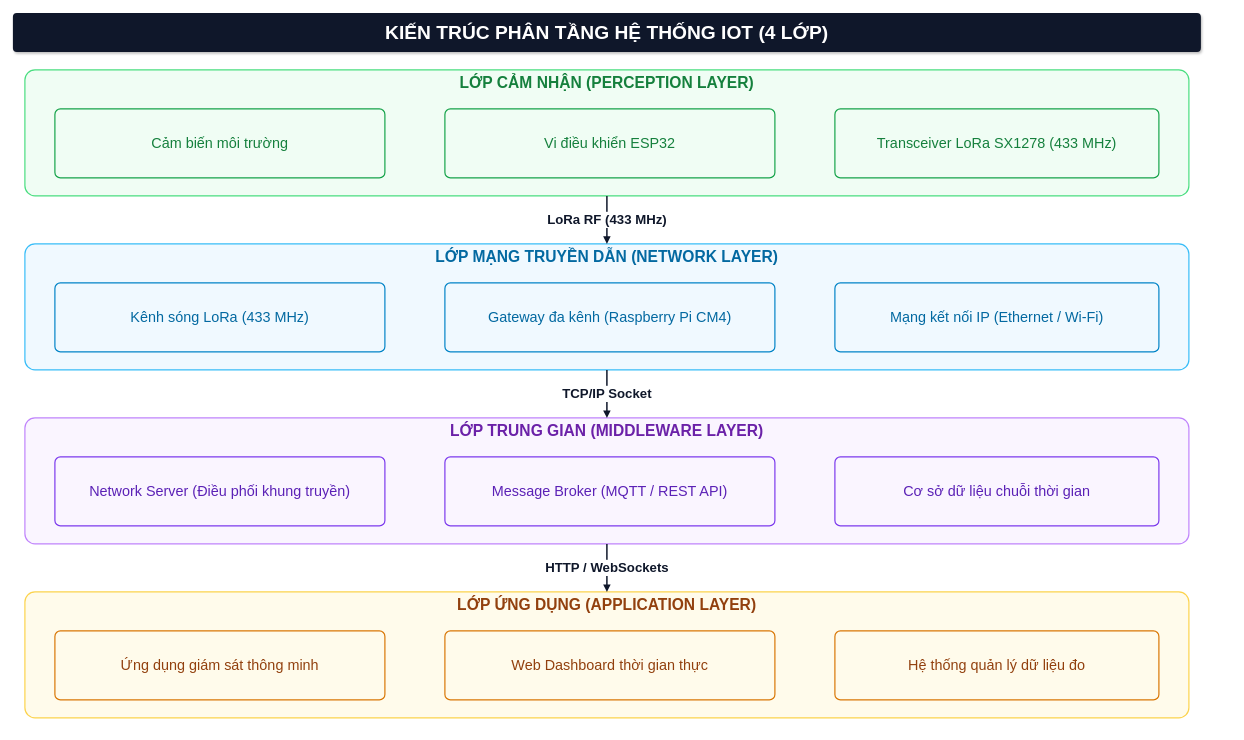
Earlier version of the draw.io diagram page "01_kien_truc_iot_4_lop" (1 of 13) of docs/figs/full_project_diagrams.drawio (Brauuwu/LoRa_TinyML_Hopping). Source tidied: cells renumbered, new cells numbered last; positions are measured from the earlier drawing's top-left corner, leaving out a move shared by most shapes. Both pictures are drawn from the tidied source at 60%, with x=0, y=0 at pixel (13, 13).
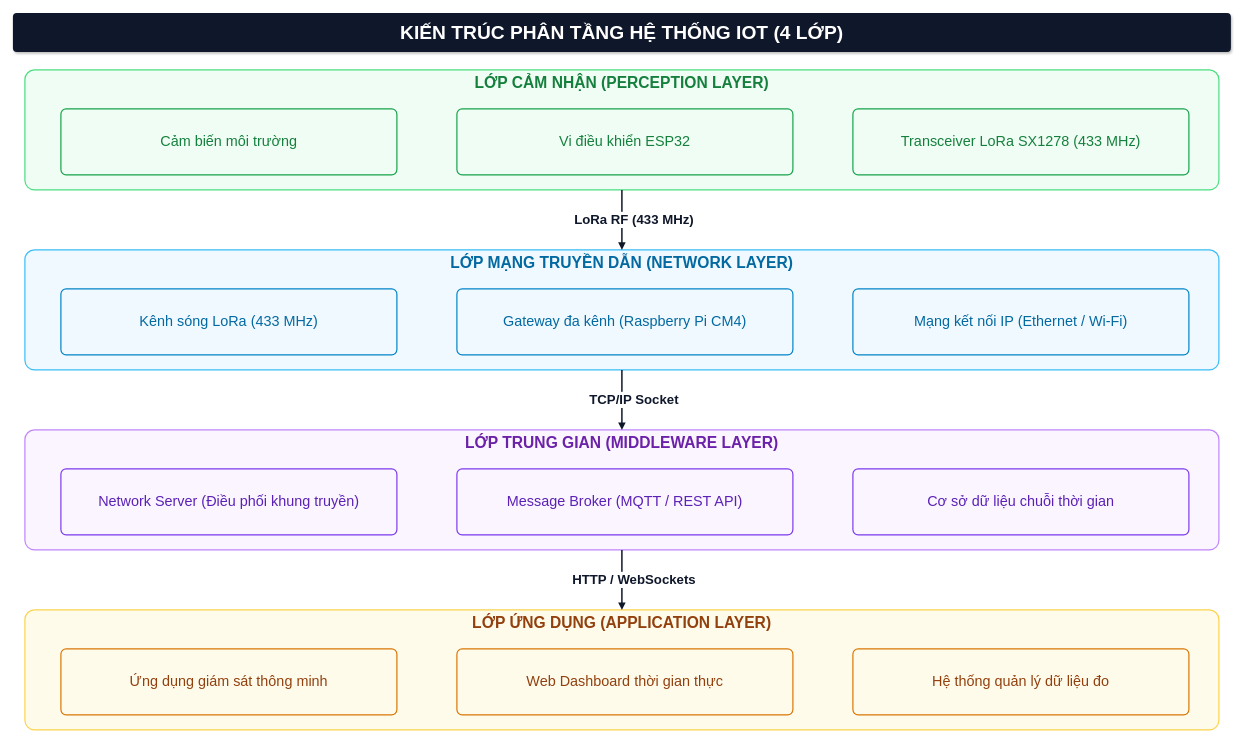
The same diagram, later.

The edit, as a diff of the source:
```diff
@@
     <mxCell id="2" value="KIẾN TRÚC PHÂN TẦNG HỆ THỐNG IOT (4 LỚP)" style="rounded=1;whiteSpace=wrap;html=1;fillColor=#0f172a;strokeColor=none;fontColor=#ffffff;fontStyle=1;fontSize=32;shadow=1;arcSize=10;fontFamily=Helvetica;" parent="1" vertex="1">
-      <mxGeometry width="1980" height="65" as="geometry" />
+      <mxGeometry width="2030" height="65" as="geometry" />
     </mxCell>
     <mxCell id="3" value="LỚP CẢM NHẬN (PERCEPTION LAYER)" style="rounded=1;whiteSpace=wrap;html=1;fillColor=#f0fdf4;strokeColor=#4ade80;strokeWidth=2;verticalAlign=top;fontStyle=1;fontSize=26;fontColor=#15803d;arcSize=8;fontFamily=Helvetica;" parent="1" vertex="1">
-      <mxGeometry x="20" y="95" width="1940" height="210" as="geometry" />
+      <mxGeometry x="20" y="95" width="1990" height="200" as="geometry" />
     </mxCell>
     <mxCell id="4" value="Cảm biến môi trường" style="rounded=1;whiteSpace=wrap;html=1;fillColor=#f0fdf4;strokeColor=#16a34a;strokeWidth=2;fontColor=#15803d;fontSize=24;arcSize=8;fontFamily=Helvetica;" parent="1" vertex="1">
-      <mxGeometry x="70" y="160" width="550" height="115" as="geometry" />
+      <mxGeometry x="80" y="160" width="560" height="110" as="geometry" />
     </mxCell>
     <mxCell id="5" value="Vi điều khiển ESP32" style="rounded=1;whiteSpace=wrap;html=1;fillColor=#f0fdf4;strokeColor=#16a34a;strokeWidth=2;fontColor=#15803d;fontSize=24;arcSize=8;fontFamily=Helvetica;" parent="1" vertex="1">
-      <mxGeometry x="720" y="160" width="550" height="115" as="geometry" />
+      <mxGeometry x="740" y="160" width="560" height="110" as="geometry" />
     </mxCell>
     <mxCell id="6" value="Transceiver LoRa SX1278 (433 MHz)" style="rounded=1;whiteSpace=wrap;html=1;fillColor=#f0fdf4;strokeColor=#16a34a;strokeWidth=2;fontColor=#15803d;fontSize=24;arcSize=8;fontFamily=Helvetica;" parent="1" vertex="1">
-      <mxGeometry x="1370" y="160" width="540" height="115" as="geometry" />
+      <mxGeometry x="1400" y="160" width="560" height="110" as="geometry" />
     </mxCell>
     <mxCell id="7" value="LỚP MẠNG TRUYỀN DẪN (NETWORK LAYER)" style="rounded=1;whiteSpace=wrap;html=1;fillColor=#f0f9ff;strokeColor=#38bdf8;strokeWidth=2;verticalAlign=top;fontStyle=1;fontSize=26;fontColor=#0369a1;arcSize=8;fontFamily=Helvetica;" parent="1" vertex="1">
-      <mxGeometry x="20" y="385" width="1940" height="210" as="geometry" />
+      <mxGeometry x="20" y="395" width="1990" height="200" as="geometry" />
     </mxCell>
     <mxCell id="8" value="Kênh sóng LoRa (433 MHz)" style="rounded=1;whiteSpace=wrap;html=1;fillColor=#f0f9ff;strokeColor=#0284c7;strokeWidth=2;fontColor=#0369a1;fontSize=24;arcSize=8;fontFamily=Helvetica;" parent="1" vertex="1">
-      <mxGeometry x="70" y="450" width="550" height="115" as="geometry" />
+      <mxGeometry x="80" y="460" width="560" height="110" as="geometry" />
     </mxCell>
     <mxCell id="9" value="Gateway đa kênh (Raspberry Pi CM4)" style="rounded=1;whiteSpace=wrap;html=1;fillColor=#f0f9ff;strokeColor=#0284c7;strokeWidth=2;fontColor=#0369a1;fontSize=24;arcSize=8;fontFamily=Helvetica;" parent="1" vertex="1">
-      <mxGeometry x="720" y="450" width="550" height="115" as="geometry" />
+      <mxGeometry x="740" y="460" width="560" height="110" as="geometry" />
     </mxCell>
     <mxCell id="10" value="Mạng kết nối IP (Ethernet / Wi-Fi)" style="rounded=1;whiteSpace=wrap;html=1;fillColor=#f0f9ff;strokeColor=#0284c7;strokeWidth=2;fontColor=#0369a1;fontSize=24;arcSize=8;fontFamily=Helvetica;" parent="1" vertex="1">
-      <mxGeometry x="1370" y="450" width="540" height="115" as="geometry" />
+      <mxGeometry x="1400" y="460" width="560" height="110" as="geometry" />
     </mxCell>
     <mxCell id="11" value="LỚP TRUNG GIAN (MIDDLEWARE LAYER)" style="rounded=1;whiteSpace=wrap;html=1;fillColor=#faf5ff;strokeColor=#c084fc;strokeWidth=2;verticalAlign=top;fontStyle=1;fontSize=26;fontColor=#6b21a8;arcSize=8;fontFamily=Helvetica;" parent="1" vertex="1">
-      <mxGeometry x="20" y="675" width="1940" height="210" as="geometry" />
+      <mxGeometry x="20" y="695" width="1990" height="200" as="geometry" />
     </mxCell>
     <mxCell id="12" value="Network Server (Điều phối khung truyền)" style="rounded=1;whiteSpace=wrap;html=1;fillColor=#faf5ff;strokeColor=#7c3aed;strokeWidth=2;fontColor=#5b21b6;fontSize=24;arcSize=8;fontFamily=Helvetica;" parent="1" vertex="1">
-      <mxGeometry x="70" y="740" width="550" height="115" as="geometry" />
+      <mxGeometry x="80" y="760" width="560" height="110" as="geometry" />
     </mxCell>
     <mxCell id="13" value="Message Broker (MQTT / REST API)" style="rounded=1;whiteSpace=wrap;html=1;fillColor=#faf5ff;strokeColor=#7c3aed;strokeWidth=2;fontColor=#5b21b6;fontSize=24;arcSize=8;fontFamily=Helvetica;" parent="1" vertex="1">
-      <mxGeometry x="720" y="740" width="550" height="115" as="geometry" />
+      <mxGeometry x="740" y="760" width="560" height="110" as="geometry" />
     </mxCell>
     <mxCell id="14" value="Cơ sở dữ liệu chuỗi thời gian" style="rounded=1;whiteSpace=wrap;html=1;fillColor=#faf5ff;strokeColor=#7c3aed;strokeWidth=2;fontColor=#5b21b6;fontSize=24;arcSize=8;fontFamily=Helvetica;" parent="1" vertex="1">
-      <mxGeometry x="1370" y="740" width="540" height="115" as="geometry" />
+      <mxGeometry x="1400" y="760" width="560" height="110" as="geometry" />
     </mxCell>
     <mxCell id="15" value="LỚP ỨNG DỤNG (APPLICATION LAYER)" style="rounded=1;whiteSpace=wrap;html=1;fillColor=#fffbeb;strokeColor=#fcd34d;strokeWidth=2;verticalAlign=top;fontStyle=1;fontSize=26;fontColor=#92400e;arcSize=8;fontFamily=Helvetica;" parent="1" vertex="1">
-      <mxGeometry x="20" y="965" width="1940" height="210" as="geometry" />
+      <mxGeometry x="20" y="995" width="1990" height="200" as="geometry" />
     </mxCell>
     <mxCell id="16" value="Ứng dụng giám sát thông minh" style="rounded=1;whiteSpace=wrap;html=1;fillColor=#fffbeb;strokeColor=#d97706;strokeWidth=2;fontColor=#92400e;fontSize=24;arcSize=8;fontFamily=Helvetica;" parent="1" vertex="1">
-      <mxGeometry x="70" y="1030" width="550" height="115" as="geometry" />
+      <mxGeometry x="80" y="1060" width="560" height="110" as="geometry" />
     </mxCell>
     <mxCell id="17" value="Web Dashboard thời gian thực" style="rounded=1;whiteSpace=wrap;html=1;fillColor=#fffbeb;strokeColor=#d97706;strokeWidth=2;fontColor=#92400e;fontSize=24;arcSize=8;fontFamily=Helvetica;" parent="1" vertex="1">
-      <mxGeometry x="720" y="1030" width="550" height="115" as="geometry" />
+      <mxGeometry x="740" y="1060" width="560" height="110" as="geometry" />
     </mxCell>
     <mxCell id="18" value="Hệ thống quản lý dữ liệu đo" style="rounded=1;whiteSpace=wrap;html=1;fillColor=#fffbeb;strokeColor=#d97706;strokeWidth=2;fontColor=#92400e;fontSize=24;arcSize=8;fontFamily=Helvetica;" parent="1" vertex="1">
-      <mxGeometry x="1370" y="1030" width="540" height="115" as="geometry" />
+      <mxGeometry x="1400" y="1060" width="560" height="110" as="geometry" />
     </mxCell>
-    <mxCell id="19" value="LoRa RF (433 MHz)" style="edgeStyle=orthogonalEdgeStyle;rounded=1;jettySize=auto;html=1;strokeColor=#0f172a;strokeWidth=2.5;endArrow=block;endFill=1;fontColor=#0f172a;fontSize=22;fontStyle=1;fontFamily=Helvetica;" parent="1" edge="1" source="3" target="7">
-      <mxGeometry relative="1" as="geometry" />
+    <mxCell id="19" value="LoRa RF (433 MHz)" style="edgeStyle=orthogonalEdgeStyle;rounded=1;jettySize=auto;html=1;strokeColor=#0f172a;strokeWidth=2.5;endArrow=block;endFill=1;fontColor=#0f172a;fontSize=22;fontStyle=1;fontFamily=Helvetica;labelBackgroundColor=#ffffff;labelBorderColor=none;exitX=0.5;exitY=1;exitDx=0;exitDy=0;entryX=0.5;entryY=0;entryDx=0;entryDy=0;" parent="1" edge="1" source="3" target="7">
+      <mxGeometry relative="1" as="geometry">
+        <mxPoint x="20" as="offset" />
+      </mxGeometry>
     </mxCell>
-    <mxCell id="20" value="TCP/IP Socket" style="edgeStyle=orthogonalEdgeStyle;rounded=1;jettySize=auto;html=1;strokeColor=#0f172a;strokeWidth=2.5;endArrow=block;endFill=1;fontColor=#0f172a;fontSize=22;fontStyle=1;fontFamily=Helvetica;" parent="1" edge="1" source="7" target="11">
-      <mxGeometry relative="1" as="geometry" />
+    <mxCell id="20" value="TCP/IP Socket" style="edgeStyle=orthogonalEdgeStyle;rounded=1;jettySize=auto;html=1;strokeColor=#0f172a;strokeWidth=2.5;endArrow=block;endFill=1;fontColor=#0f172a;fontSize=22;fontStyle=1;fontFamily=Helvetica;labelBackgroundColor=#ffffff;labelBorderColor=none;exitX=0.5;exitY=1;exitDx=0;exitDy=0;entryX=0.5;entryY=0;entryDx=0;entryDy=0;" parent="1" edge="1" source="7" target="11">
+      <mxGeometry relative="1" as="geometry">
+        <mxPoint x="20" as="offset" />
+      </mxGeometry>
     </mxCell>
-    <mxCell id="21" value="HTTP / WebSockets" style="edgeStyle=orthogonalEdgeStyle;rounded=1;jettySize=auto;html=1;strokeColor=#0f172a;strokeWidth=2.5;endArrow=block;endFill=1;fontColor=#0f172a;fontSize=22;fontStyle=1;fontFamily=Helvetica;" parent="1" edge="1" source="11" target="15">
-      <mxGeometry relative="1" as="geometry" />
+    <mxCell id="21" value="HTTP / WebSockets" style="edgeStyle=orthogonalEdgeStyle;rounded=1;jettySize=auto;html=1;strokeColor=#0f172a;strokeWidth=2.5;endArrow=block;endFill=1;fontColor=#0f172a;fontSize=22;fontStyle=1;fontFamily=Helvetica;labelBackgroundColor=#ffffff;labelBorderColor=none;exitX=0.5;exitY=1;exitDx=0;exitDy=0;entryX=0.5;entryY=0;entryDx=0;entryDy=0;" parent="1" edge="1" source="11" target="15">
+      <mxGeometry relative="1" as="geometry">
+        <mxPoint x="20" as="offset" />
+      </mxGeometry>
     </mxCell>
```
